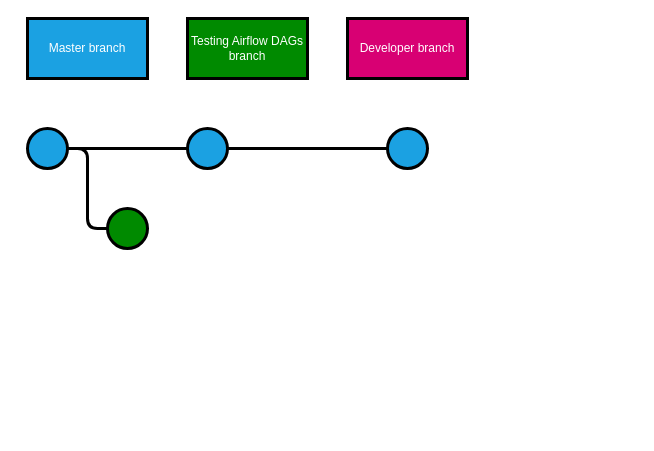
The draw.io diagram Git Flow Diagram.drawio in Anch9999/web-playground, before the edit. Source tidied: cells renumbered, new cells numbered last; positions are measured from the earlier drawing's top-left corner, leaving out a move shared by most shapes. Both pictures are drawn from the tidied source at 100%, with x=0, y=0 at pixel (27, 18).
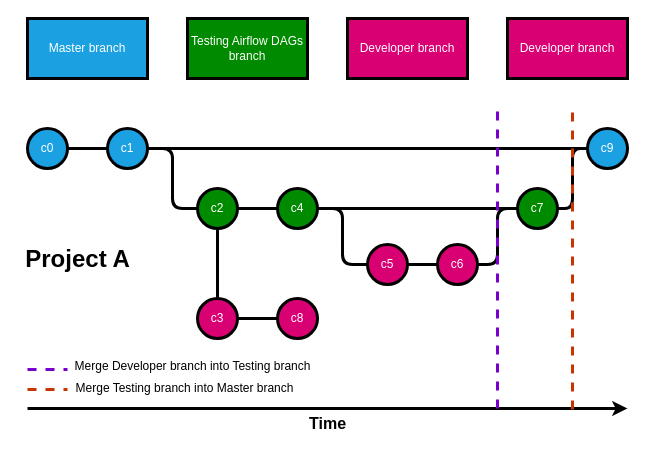
The same diagram, later.

Diff of the diagram source:
```diff
@@
-    <mxCell id="5" style="ellipse;whiteSpace=wrap;html=1;strokeColor=#000000;strokeWidth=3;fillColor=#1ba1e2;fontColor=#ffffff;" parent="1" vertex="1">
+    <mxCell id="5" value="c0" style="ellipse;whiteSpace=wrap;html=1;strokeColor=#000000;strokeWidth=3;fillColor=#1ba1e2;fontColor=#ffffff;" parent="1" vertex="1">
       <mxGeometry y="110" width="40" height="40" as="geometry" />
     </mxCell>
-    <mxCell id="6" style="ellipse;whiteSpace=wrap;html=1;strokeColor=#000000;strokeWidth=3;fillColor=#1ba1e2;fontColor=#ffffff;" parent="1" vertex="1">
-      <mxGeometry x="160" y="110" width="40" height="40" as="geometry" />
+    <mxCell id="6" value="c1" style="ellipse;whiteSpace=wrap;html=1;strokeColor=#000000;strokeWidth=3;fillColor=#1ba1e2;fontColor=#ffffff;" parent="1" vertex="1">
+      <mxGeometry x="80" y="110" width="40" height="40" as="geometry" />
     </mxCell>
@@
-    <mxCell id="8" style="ellipse;whiteSpace=wrap;html=1;strokeColor=#000000;strokeWidth=3;fillColor=#1ba1e2;fontColor=#ffffff;" parent="1" vertex="1">
-      <mxGeometry x="360" y="110" width="40" height="40" as="geometry" />
+    <mxCell id="8" value="c9" style="ellipse;whiteSpace=wrap;html=1;strokeColor=#000000;strokeWidth=3;fillColor=#1ba1e2;fontColor=#ffffff;" parent="1" vertex="1">
+      <mxGeometry x="560" y="110" width="40" height="40" as="geometry" />
     </mxCell>
@@
-    <mxCell id="10" style="edgeStyle=elbowEdgeStyle;elbow=horizontal;endArrow=none;html=1;strokeWidth=3;exitX=1;exitY=0.5;exitDx=0;exitDy=0;endFill=0;" parent="1" edge="1" source="5" target="11">
+    <mxCell id="10" style="edgeStyle=elbowEdgeStyle;elbow=horizontal;endArrow=none;html=1;strokeWidth=3;exitX=1;exitY=0.5;exitDx=0;exitDy=0;endFill=0;" parent="1" edge="1" source="6" target="11">
       <mxGeometry relative="1" as="geometry" />
     </mxCell>
-    <mxCell id="11" style="ellipse;whiteSpace=wrap;html=1;fillColor=#008a00;strokeColor=#000000;fontColor=#ffffff;strokeWidth=3;" parent="1" vertex="1">
-      <mxGeometry x="80" y="190" width="40" height="40" as="geometry" />
+    <mxCell id="11" value="c2" style="ellipse;whiteSpace=wrap;html=1;fillColor=#008a00;strokeColor=#000000;fontColor=#ffffff;strokeWidth=3;" parent="1" vertex="1">
+      <mxGeometry x="170" y="170" width="40" height="40" as="geometry" />
     </mxCell>
+    <mxCell id="12" value="Developer branch" style="rounded=0;whiteSpace=wrap;html=1;strokeColor=#000000;strokeWidth=3;fillColor=#d80073;fontColor=#ffffff;" parent="1" vertex="1">
+      <mxGeometry x="480" width="120" height="60" as="geometry" />
+    </mxCell>
+    <mxCell id="13" value="c4" style="ellipse;whiteSpace=wrap;html=1;fillColor=#008a00;strokeColor=#000000;fontColor=#ffffff;strokeWidth=3;" parent="1" vertex="1">
+      <mxGeometry x="250" y="170" width="40" height="40" as="geometry" />
+    </mxCell>
+    <mxCell id="14" style="endArrow=none;html=1;strokeWidth=3;entryX=0;entryY=0.5;entryDx=0;entryDy=0;exitX=1;exitY=0.5;exitDx=0;exitDy=0;" parent="1" edge="1" source="11" target="13">
+      <mxGeometry relative="1" as="geometry" />
+    </mxCell>
+    <mxCell id="15" value="c5" style="ellipse;whiteSpace=wrap;html=1;fillColor=#d80073;strokeColor=#000000;fontColor=#ffffff;strokeWidth=3;" parent="1" vertex="1">
+      <mxGeometry x="340" y="226" width="40" height="40" as="geometry" />
+    </mxCell>
+    <mxCell id="16" value="c6" style="ellipse;whiteSpace=wrap;html=1;fillColor=#d80073;strokeColor=#000000;fontColor=#ffffff;strokeWidth=3;" parent="1" vertex="1">
+      <mxGeometry x="410" y="226" width="40" height="40" as="geometry" />
+    </mxCell>
+    <mxCell id="17" value="c3" style="ellipse;whiteSpace=wrap;html=1;fillColor=#d80073;strokeColor=#000000;fontColor=#ffffff;strokeWidth=3;" parent="1" vertex="1">
+      <mxGeometry x="170" y="280" width="40" height="40" as="geometry" />
+    </mxCell>
+    <mxCell id="18" value="c8" style="ellipse;whiteSpace=wrap;html=1;fillColor=#d80073;strokeColor=#000000;fontColor=#ffffff;strokeWidth=3;" parent="1" vertex="1">
+      <mxGeometry x="250" y="280" width="40" height="40" as="geometry" />
+    </mxCell>
+    <mxCell id="19" value="c7" style="ellipse;whiteSpace=wrap;html=1;fillColor=#008a00;strokeColor=#000000;fontColor=#ffffff;strokeWidth=3;" parent="1" vertex="1">
+      <mxGeometry x="490" y="170" width="40" height="40" as="geometry" />
+    </mxCell>
+    <mxCell id="20" style="endArrow=none;html=1;strokeWidth=3;entryX=0;entryY=0.5;entryDx=0;entryDy=0;exitX=1;exitY=0.5;exitDx=0;exitDy=0;" parent="1" edge="1" source="13" target="19">
+      <mxGeometry relative="1" as="geometry" />
+    </mxCell>
+    <mxCell id="21" style="endArrow=none;html=1;strokeWidth=3;exitX=0.5;exitY=1;exitDx=0;exitDy=0;" parent="1" edge="1" source="11" target="17">
+      <mxGeometry relative="1" as="geometry" />
+    </mxCell>
+    <mxCell id="22" style="endArrow=none;html=1;strokeWidth=3;exitX=0;exitY=0.5;exitDx=0;exitDy=0;entryX=1;entryY=0.5;entryDx=0;entryDy=0;" parent="1" edge="1" source="18" target="17">
+      <mxGeometry relative="1" as="geometry" />
+    </mxCell>
+    <mxCell id="23" style="edgeStyle=elbowEdgeStyle;elbow=horizontal;endArrow=none;html=1;strokeWidth=3;exitX=1;exitY=0.5;exitDx=0;exitDy=0;endFill=0;entryX=0;entryY=0.5;entryDx=0;entryDy=0;" parent="1" edge="1" source="13" target="15">
+      <mxGeometry relative="1" as="geometry" />
+    </mxCell>
+    <mxCell id="24" style="endArrow=none;html=1;strokeWidth=3;entryX=0;entryY=0.5;entryDx=0;entryDy=0;exitX=1;exitY=0.5;exitDx=0;exitDy=0;" parent="1" edge="1" source="15" target="16">
+      <mxGeometry relative="1" as="geometry" />
+    </mxCell>
+    <mxCell id="25" style="edgeStyle=elbowEdgeStyle;elbow=horizontal;endArrow=none;html=1;strokeWidth=3;endFill=0;entryX=1;entryY=0.5;entryDx=0;entryDy=0;exitX=0;exitY=0.5;exitDx=0;exitDy=0;" parent="1" edge="1" source="19" target="16">
+      <mxGeometry relative="1" as="geometry" />
+    </mxCell>
+    <mxCell id="26" style="edgeStyle=elbowEdgeStyle;elbow=horizontal;endArrow=none;html=1;strokeWidth=3;endFill=0;entryX=1;entryY=0.5;entryDx=0;entryDy=0;exitX=0;exitY=0.5;exitDx=0;exitDy=0;" parent="1" edge="1" source="8" target="19">
+      <mxGeometry relative="1" as="geometry" />
+    </mxCell>
+    <mxCell id="27" style="endArrow=classic;html=1;strokeWidth=3;exitX=1;exitY=0.5;exitDx=0;exitDy=0;endFill=1;" parent="1" edge="1">
+      <mxGeometry relative="1" as="geometry">
+        <mxPoint y="390" as="sourcePoint" />
+        <mxPoint x="600" y="390" as="targetPoint" />
+      </mxGeometry>
+    </mxCell>
+    <mxCell id="28" value="Time" style="text;html=1;align=center;verticalAlign=middle;fontSize=16;fontFamily=Helvetica;fontStyle=1;" parent="1" vertex="1">
+      <mxGeometry x="275" y="395" width="50" height="20" as="geometry" />
+    </mxCell>
+    <mxCell id="29" value="Project A" style="text;html=1;align=center;verticalAlign=middle;fontSize=24;fontFamily=Helvetica;fontStyle=1;" parent="1" vertex="1">
+      <mxGeometry x="-10" y="226" width="120" height="30" as="geometry" />
+    </mxCell>
+    <mxCell id="30" style="endArrow=none;dashed=1;html=1;fontFamily=Helvetica;fontSize=24;rounded=0;strokeWidth=3;fillColor=#aa00ff;strokeColor=#7700CC;" parent="1" edge="1">
+      <mxGeometry relative="1" as="geometry">
+        <mxPoint x="470" y="390" as="sourcePoint" />
+        <mxPoint x="470" y="90" as="targetPoint" />
+      </mxGeometry>
+    </mxCell>
+    <mxCell id="31" style="endArrow=none;dashed=1;html=1;fontFamily=Helvetica;fontSize=24;rounded=0;strokeWidth=3;fillColor=#fa6800;strokeColor=#C73500;" parent="1" edge="1">
+      <mxGeometry relative="1" as="geometry">
+        <mxPoint x="545" y="391" as="sourcePoint" />
+        <mxPoint x="545" y="91" as="targetPoint" />
+      </mxGeometry>
+    </mxCell>
+    <mxCell id="32" style="endArrow=none;dashed=1;html=1;fontFamily=Helvetica;fontSize=24;rounded=0;strokeWidth=3;fillColor=#aa00ff;strokeColor=#7700CC;" parent="1" edge="1">
+      <mxGeometry relative="1" as="geometry">
+        <mxPoint y="351" as="sourcePoint" />
+        <mxPoint x="40" y="351" as="targetPoint" />
+      </mxGeometry>
+    </mxCell>
+    <mxCell id="33" style="endArrow=none;dashed=1;html=1;fontFamily=Helvetica;fontSize=24;rounded=0;strokeWidth=3;fillColor=#fa6800;strokeColor=#C73500;" parent="1" edge="1">
+      <mxGeometry relative="1" as="geometry">
+        <mxPoint y="371" as="sourcePoint" />
+        <mxPoint x="40" y="371" as="targetPoint" />
+      </mxGeometry>
+    </mxCell>
+    <mxCell id="34" value="&lt;font style=&quot;font-size: 12px&quot;&gt;Merge Developer branch into Testing branch&lt;/font&gt;" style="text;html=1;align=center;verticalAlign=middle;fontSize=24;fontFamily=Helvetica;" parent="1" vertex="1">
+      <mxGeometry x="40" y="324" width="250" height="40" as="geometry" />
+    </mxCell>
+    <mxCell id="35" value="&lt;font style=&quot;font-size: 12px&quot;&gt;Merge Testing branch into Master branch&lt;/font&gt;" style="text;html=1;align=center;verticalAlign=middle;fontSize=24;fontFamily=Helvetica;" parent="1" vertex="1">
+      <mxGeometry x="42" y="346" width="230" height="40" as="geometry" />
+    </mxCell>
```
